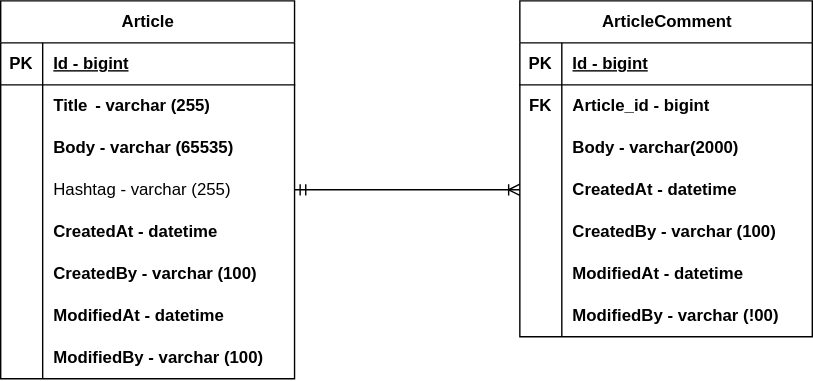
This is document/project-boad-erd.svg from yoon9728/project-board, a draw.io export, as it was before one commit. Source tidied: cells renumbered, new cells last; positions are measured from the earlier drawing's top-left corner, leaving out a move shared by most shapes.
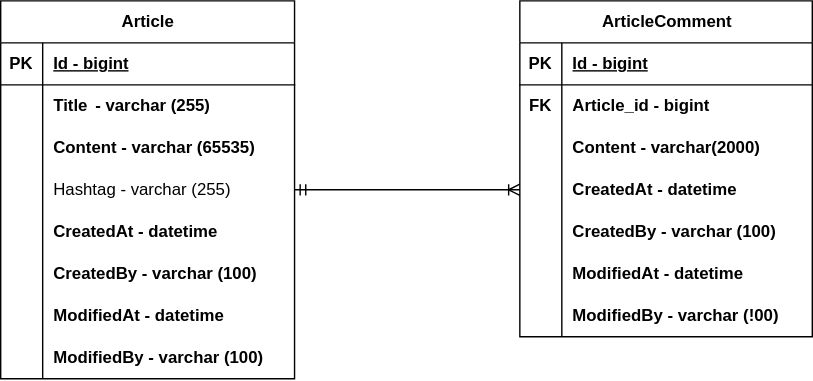
The same diagram one commit later.

What changed in the source:
```diff
@@ -29,7 +29,7 @@
     <mxCell id="10" style="shape=partialRectangle;fillColor=none;top=0;left=0;bottom=0;right=0;overflow=hidden;whiteSpace=wrap;html=1;" parent="9" vertex="1">
       <mxGeometry width="30" height="30" as="geometry" />
     </mxCell>
-    <mxCell id="11" value="Body - varchar (65535)" style="shape=partialRectangle;fillColor=none;top=0;left=0;bottom=0;right=0;align=left;spacingLeft=6;overflow=hidden;whiteSpace=wrap;html=1;fontStyle=1;" parent="9" vertex="1">
+    <mxCell id="11" value="Content - varchar (65535)" style="shape=partialRectangle;fillColor=none;top=0;left=0;bottom=0;right=0;align=left;spacingLeft=6;overflow=hidden;whiteSpace=wrap;html=1;fontStyle=1;" parent="9" vertex="1">
       <mxGeometry x="30" width="180" height="30" as="geometry" />
     </mxCell>
     <mxCell id="12" style="shape=tableRow;horizontal=0;startSize=0;swimlaneHead=0;swimlaneBody=0;fillColor=none;points=[[0,0.5],[1,0.5]];portConstraint=eastwest;top=0;left=0;right=0;bottom=0;" parent="2" vertex="1">
@@ -104,7 +104,7 @@
     <mxCell id="35" style="shape=partialRectangle;fillColor=none;top=0;left=0;bottom=0;right=0;overflow=hidden;whiteSpace=wrap;html=1;" parent="34" vertex="1">
       <mxGeometry width="30" height="30" as="geometry" />
     </mxCell>
-    <mxCell id="36" value="Body - varchar(2000)" style="shape=partialRectangle;fillColor=none;top=0;left=0;bottom=0;right=0;align=left;spacingLeft=6;overflow=hidden;whiteSpace=wrap;html=1;fontStyle=1;" parent="34" vertex="1">
+    <mxCell id="36" value="Content - varchar(2000)" style="shape=partialRectangle;fillColor=none;top=0;left=0;bottom=0;right=0;align=left;spacingLeft=6;overflow=hidden;whiteSpace=wrap;html=1;fontStyle=1;" parent="34" vertex="1">
       <mxGeometry x="30" width="179" height="30" as="geometry" />
     </mxCell>
     <mxCell id="37" style="shape=tableRow;horizontal=0;startSize=0;swimlaneHead=0;swimlaneBody=0;fillColor=none;points=[[0,0.5],[1,0.5]];portConstraint=eastwest;top=0;left=0;right=0;bottom=0;" parent="27" vertex="1">
```
